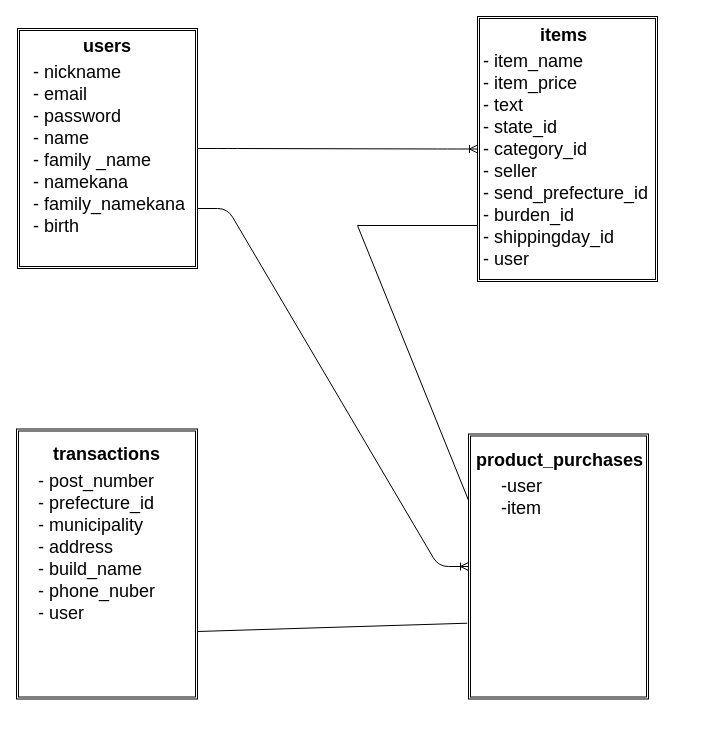
The draw.io diagram furima.dio in aseat/furima-31536, before the edit. Source tidied: cells renumbered, new cells numbered last; positions are measured from the earlier drawing's top-left corner, leaving out a move shared by most shapes. Both pictures are drawn from the tidied source at 100%, with x=0, y=0 at pixel (16, 16).
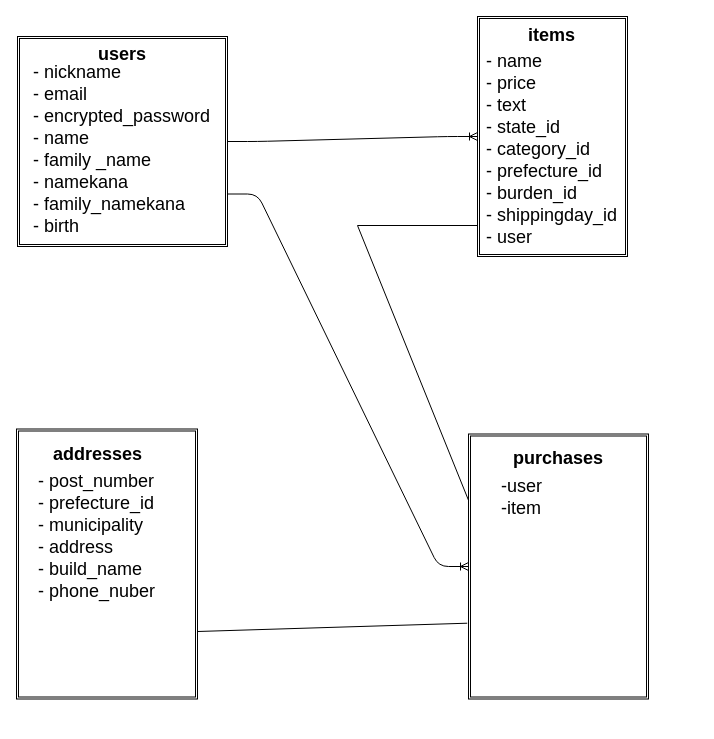
After the change.

What changed in the source:
```diff
@@
 <mxGraphModel>
   <root>
     <mxCell id="0" />
     <mxCell id="1" parent="0" />
     <mxCell id="2" style="shape=ext;double=1;rounded=0;whiteSpace=wrap;html=1;" parent="1" vertex="1">
-      <mxGeometry x="1" y="12" width="180" height="240" as="geometry" />
+      <mxGeometry x="1" y="20" width="210" height="210" as="geometry" />
     </mxCell>
     <mxCell id="3" style="shape=ext;double=1;rounded=0;whiteSpace=wrap;html=1;" parent="1" vertex="1">
-      <mxGeometry x="461" width="180" height="265" as="geometry" />
+      <mxGeometry x="461" width="150" height="240" as="geometry" />
     </mxCell>
     <mxCell id="4" style="shape=ext;double=1;rounded=0;whiteSpace=wrap;html=1;" parent="1" vertex="1">
       <mxGeometry y="412.5" width="181" height="270" as="geometry" />
     </mxCell>
     <mxCell id="5" value="users" style="text;strokeColor=none;fillColor=none;align=left;verticalAlign=top;spacingLeft=4;spacingRight=4;overflow=hidden;fontSize=18;fontStyle=1;" parent="1" vertex="1">
-      <mxGeometry x="61" y="12" width="60" height="26" as="geometry" />
+      <mxGeometry x="76" y="20" width="60" height="26" as="geometry" />
     </mxCell>
-    <mxCell id="6" value="- nickname&#10;- email&#10;- password&#10;- name&#10;- family _name&#10;- namekana &#10;- family_namekana&#10;- birth" style="text;strokeColor=none;fillColor=none;align=left;verticalAlign=top;spacingLeft=4;spacingRight=4;overflow=hidden;fontSize=18;" parent="1" vertex="1">
-      <mxGeometry x="11" y="38" width="170" height="190" as="geometry" />
+    <mxCell id="6" value="- nickname&#10;- email&#10;- encrypted_password&#10;- name&#10;- family _name&#10;- namekana &#10;- family_namekana&#10;- birth" style="text;strokeColor=none;fillColor=none;align=left;verticalAlign=top;spacingLeft=4;spacingRight=4;overflow=hidden;fontSize=18;" parent="1" vertex="1">
+      <mxGeometry x="11" y="38" width="190" height="190" as="geometry" />
     </mxCell>
-    <mxCell id="7" value="- item_name&#10;- item_price&#10;- text&#10;- state_id&#10;- category_id &#10;- seller&#10;- send_prefecture_id&#10;- burden_id&#10;- shippingday_id&#10;- user" style="text;strokeColor=none;fillColor=none;align=left;verticalAlign=top;spacingLeft=4;spacingRight=4;overflow=hidden;fontSize=18;" parent="1" vertex="1">
-      <mxGeometry x="461" y="27" width="180" height="243" as="geometry" />
+    <mxCell id="7" value="- name&#10;- price&#10;- text&#10;- state_id&#10;- category_id &#10;- prefecture_id&#10;- burden_id&#10;- shippingday_id&#10;- user" style="text;strokeColor=none;fillColor=none;align=left;verticalAlign=top;spacingLeft=4;spacingRight=4;overflow=hidden;fontSize=18;" parent="1" vertex="1">
+      <mxGeometry x="464" y="27" width="147" height="213" as="geometry" />
     </mxCell>
     <mxCell id="8" value="items" style="text;strokeColor=none;fillColor=none;align=left;verticalAlign=top;spacingLeft=4;spacingRight=4;overflow=hidden;fontSize=18;fontStyle=1;" parent="1" vertex="1">
-      <mxGeometry x="518" y="1" width="60" height="26" as="geometry" />
+      <mxGeometry x="506" y="1" width="60" height="26" as="geometry" />
     </mxCell>
-    <mxCell id="9" value="transactions" style="text;strokeColor=none;fillColor=none;align=left;verticalAlign=top;spacingLeft=4;spacingRight=4;overflow=hidden;fontSize=18;fontStyle=1;" parent="1" vertex="1">
+    <mxCell id="9" value="addresses" style="text;strokeColor=none;fillColor=none;align=left;verticalAlign=top;spacingLeft=4;spacingRight=4;overflow=hidden;fontSize=18;fontStyle=1;" parent="1" vertex="1">
       <mxGeometry x="31" y="419.5" width="120" height="30" as="geometry" />
     </mxCell>
-    <mxCell id="10" value="- post_number&#10;- prefecture_id&#10;- municipality&#10;- address&#10;- build_name&#10;- phone_nuber&#10;- user" style="text;strokeColor=none;fillColor=none;align=left;verticalAlign=top;spacingLeft=4;spacingRight=4;overflow=hidden;fontSize=18;" parent="1" vertex="1">
+    <mxCell id="10" value="- post_number&#10;- prefecture_id&#10;- municipality&#10;- address&#10;- build_name&#10;- phone_nuber" style="text;strokeColor=none;fillColor=none;align=left;verticalAlign=top;spacingLeft=4;spacingRight=4;overflow=hidden;fontSize=18;" parent="1" vertex="1">
       <mxGeometry x="16" y="446.5" width="149" height="260" as="geometry" />
     </mxCell>
     <mxCell id="11" style="edgeStyle=entityRelationEdgeStyle;fontSize=12;html=1;endArrow=ERoneToMany;entryX=0;entryY=0.5;entryDx=0;entryDy=0;" parent="1" edge="1" source="2" target="3">
       <mxGeometry relative="1" as="geometry" />
     </mxCell>
     <mxCell id="12" style="shape=ext;double=1;rounded=0;whiteSpace=wrap;html=1;" parent="1" vertex="1">
       <mxGeometry x="452" y="417.5" width="180" height="265" as="geometry" />
     </mxCell>
     <mxCell id="13" value="-user&#10;-item" style="text;strokeColor=none;fillColor=none;align=left;verticalAlign=top;spacingLeft=4;spacingRight=4;overflow=hidden;fontSize=18;" parent="1" vertex="1">
       <mxGeometry x="479" y="452" width="126" height="206" as="geometry" />
     </mxCell>
-    <mxCell id="14" value="product_purchases&#10;" style="text;strokeColor=none;fillColor=none;align=left;verticalAlign=top;spacingLeft=4;spacingRight=4;overflow=hidden;fontSize=18;fontStyle=1;" parent="1" vertex="1">
-      <mxGeometry x="454" y="425.5" width="190" height="26" as="geometry" />
+    <mxCell id="14" value="purchases&#10;" style="text;strokeColor=none;fillColor=none;align=left;verticalAlign=top;spacingLeft=4;spacingRight=4;overflow=hidden;fontSize=18;fontStyle=1;" parent="1" vertex="1">
+      <mxGeometry x="491" y="423.5" width="190" height="26" as="geometry" />
     </mxCell>
     <mxCell id="15" style="edgeStyle=entityRelationEdgeStyle;fontSize=12;html=1;endArrow=ERoneToMany;entryX=0;entryY=0.5;entryDx=0;entryDy=0;exitX=1;exitY=0.75;exitDx=0;exitDy=0;" parent="1" edge="1" source="2" target="12">
       <mxGeometry relative="1" as="geometry" />
     </mxCell>
     <mxCell id="16" style="endArrow=none;html=1;rounded=0;fontSize=18;exitX=0;exitY=0.25;exitDx=0;exitDy=0;" parent="1" edge="1" source="12">
       <mxGeometry relative="1" as="geometry">
         <mxPoint x="461" y="209" as="targetPoint" />
         <Array as="points">
           <mxPoint x="341" y="209" />
         </Array>
       </mxGeometry>
     </mxCell>
     <mxCell id="17" style="endArrow=none;html=1;rounded=0;fontSize=18;exitX=-0.007;exitY=0.714;exitDx=0;exitDy=0;entryX=1;entryY=0.75;entryDx=0;entryDy=0;exitPerimeter=0;" parent="1" edge="1" source="12" target="4">
       <mxGeometry relative="1" as="geometry" />
     </mxCell>
   </root>
 </mxGraphModel>
```
